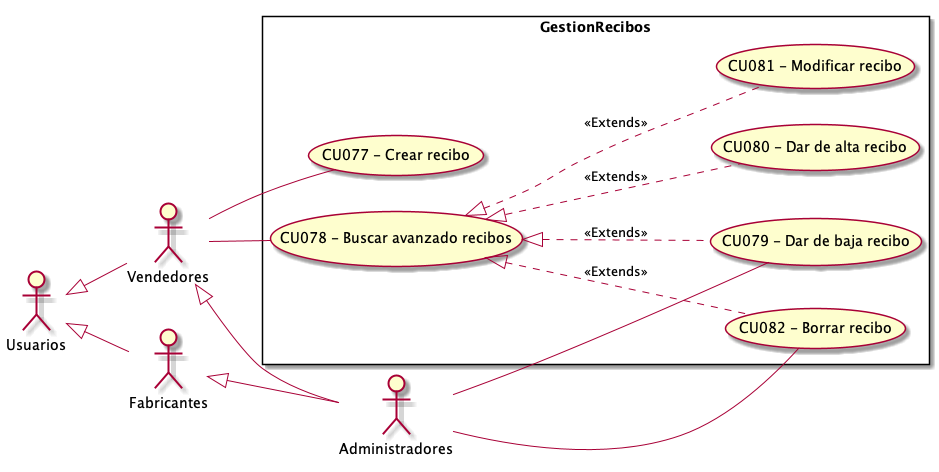
Before: Informe Final/Imagenes/ModeladoDeCasosDeUso/DiagramaDeCasosDeUso/GestionRecibos.png, a diagram exported from PlantUML (ZMGestion/DocumentacionZMGestion). Source of this version:
```plantuml
@startuml GestionRecibos
top to bottom direction
:Usuarios:
:Administradores:
:Vendedores:
:Fabricantes:

Usuarios <|-- Vendedores
Usuarios <|-- Fabricantes
Vendedores <|-- Administradores
Fabricantes <|-- Administradores

 left to right direction

rectangle GestionRecibos{
    UseCase "CU077 - Crear recibo" as C
    UseCase "CU078 - Buscar avanzado recibos " as BA
    UseCase "CU079 - Dar de baja recibo" as DB
    UseCase "CU080 - Dar de alta recibo" as DA
    UseCase "CU081 - Modificar recibo" as M
    UseCase "CU082 - Borrar recibo" as B
    BA <|.. M : <<Extends>>
    BA <|.. DA : <<Extends>>
    BA <|.. DB : <<Extends>>
    BA <|.. B : <<Extends>>
}
    Vendedores -- C
    Vendedores -- BA
    Administradores -- B
    Administradores -- DB

@enduml
```
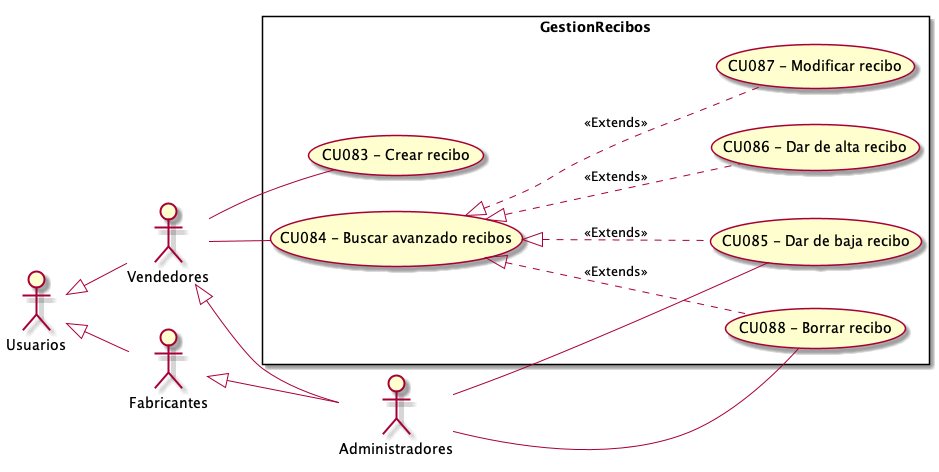
Later version of the same file.

Diff of the diagram source:
```diff
@@ -13,12 +13,12 @@
  left to right direction
 
 rectangle GestionRecibos{
-    UseCase "CU077 - Crear recibo" as C
-    UseCase "CU078 - Buscar avanzado recibos " as BA
-    UseCase "CU079 - Dar de baja recibo" as DB
-    UseCase "CU080 - Dar de alta recibo" as DA
-    UseCase "CU081 - Modificar recibo" as M
-    UseCase "CU082 - Borrar recibo" as B
+    UseCase "CU083 - Crear recibo" as C
+    UseCase "CU084 - Buscar avanzado recibos " as BA
+    UseCase "CU085 - Dar de baja recibo" as DB
+    UseCase "CU086 - Dar de alta recibo" as DA
+    UseCase "CU087 - Modificar recibo" as M
+    UseCase "CU088 - Borrar recibo" as B
     BA <|.. M : <<Extends>>
     BA <|.. DA : <<Extends>>
     BA <|.. DB : <<Extends>>
```
